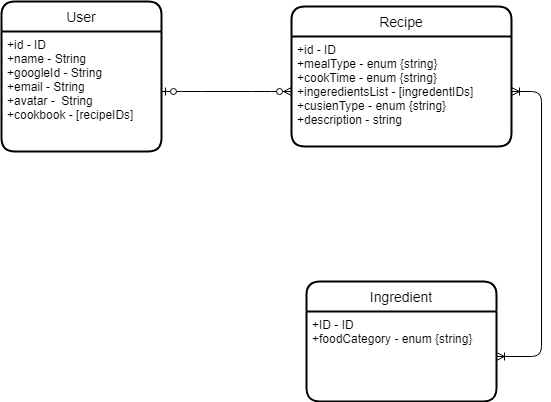
This is assets/ERD.drawio.png from kfacison/Recipe_Repo_Project_2, a draw.io export, as it was before one commit. Source tidied: cells renumbered, new cells last; positions are measured from the earlier drawing's top-left corner, leaving out a move shared by most shapes. The source it was exported from:
```xml
<mxGraphModel>
  <root>
    <mxCell id="0" />
    <mxCell id="1" parent="0" />
    <mxCell id="2" value="Recipe" style="swimlane;horizontal=1;startSize=30;rounded=1;fontSize=14;fontStyle=0;strokeWidth=2;shadow=0;dashed=0;align=center;" parent="1" vertex="1">
      <mxGeometry x="290" y="5" width="220" height="140" as="geometry" />
    </mxCell>
    <mxCell id="3" value="+id - ID&#10;+mealType - enum {string}&#10;+cookTime - enum {string}&#10;+ingeredientsList - [ingredentIDs]&#10;+cusienType - enum {string}&#10;+description - string" style="align=left;strokeColor=none;fillColor=none;spacingLeft=4;fontSize=12;verticalAlign=top;" parent="2" vertex="1">
      <mxGeometry y="30" width="220" height="110" as="geometry" />
    </mxCell>
    <mxCell id="4" value="User" style="swimlane;horizontal=1;startSize=30;rounded=1;fontSize=14;fontStyle=0;strokeWidth=2;shadow=0;dashed=0;align=center;" parent="1" vertex="1">
      <mxGeometry width="160" height="150" as="geometry" />
    </mxCell>
    <mxCell id="5" value="+id - ID&#10;+name - String&#10;+googleId - String &#10;+email - String&#10;+avatar -  String&#10;+cookbook - [recipeIDs]" style="align=left;strokeColor=none;fillColor=none;spacingLeft=4;fontSize=12;verticalAlign=top;" parent="4" vertex="1">
      <mxGeometry y="30" width="160" height="120" as="geometry" />
    </mxCell>
    <mxCell id="6" value="Ingredient" style="swimlane;horizontal=1;startSize=30;rounded=1;fontSize=14;fontStyle=0;strokeWidth=2;shadow=0;dashed=0;align=center;" parent="1" vertex="1">
      <mxGeometry x="305" y="280" width="190" height="120" as="geometry" />
    </mxCell>
    <mxCell id="7" value="+ID - ID&#10;+foodCategory - enum {string}&#10;" style="align=left;strokeColor=none;fillColor=none;spacingLeft=4;fontSize=12;verticalAlign=top;" parent="6" vertex="1">
      <mxGeometry y="30" width="190" height="90" as="geometry" />
    </mxCell>
    <mxCell id="8" style="edgeStyle=entityRelationEdgeStyle;fontSize=12;html=1;endArrow=ERzeroToMany;startArrow=ERzeroToOne;exitX=1;exitY=0.5;exitDx=0;exitDy=0;entryX=0;entryY=0.5;entryDx=0;entryDy=0;" parent="1" edge="1" source="5" target="3">
      <mxGeometry relative="1" as="geometry" />
    </mxCell>
    <mxCell id="9" style="edgeStyle=entityRelationEdgeStyle;fontSize=12;html=1;endArrow=ERoneToMany;startArrow=ERoneToMany;" parent="1" edge="1" source="7" target="3">
      <mxGeometry relative="1" as="geometry" />
    </mxCell>
  </root>
</mxGraphModel>
```
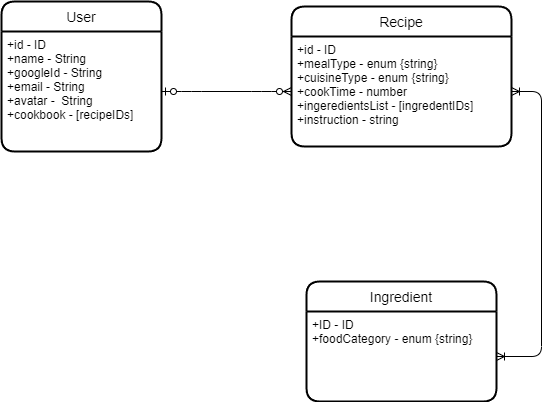
The same file after the commit.

Change to the diagram source:
```diff
@@ -5,7 +5,7 @@
     <mxCell id="2" value="Recipe" style="swimlane;horizontal=1;startSize=30;rounded=1;fontSize=14;fontStyle=0;strokeWidth=2;shadow=0;dashed=0;align=center;" parent="1" vertex="1">
       <mxGeometry x="290" y="5" width="220" height="140" as="geometry" />
     </mxCell>
-    <mxCell id="3" value="+id - ID&#10;+mealType - enum {string}&#10;+cookTime - enum {string}&#10;+ingeredientsList - [ingredentIDs]&#10;+cusienType - enum {string}&#10;+description - string" style="align=left;strokeColor=none;fillColor=none;spacingLeft=4;fontSize=12;verticalAlign=top;" parent="2" vertex="1">
+    <mxCell id="3" value="+id - ID&#10;+mealType - enum {string}&#10;+cuisineType - enum {string}&#10;+cookTime - number&#10;+ingeredientsList - [ingredentIDs]&#10;+instruction - string" style="align=left;strokeColor=none;fillColor=none;spacingLeft=4;fontSize=12;verticalAlign=top;" parent="2" vertex="1">
       <mxGeometry y="30" width="220" height="110" as="geometry" />
     </mxCell>
     <mxCell id="4" value="User" style="swimlane;horizontal=1;startSize=30;rounded=1;fontSize=14;fontStyle=0;strokeWidth=2;shadow=0;dashed=0;align=center;" parent="1" vertex="1">
```
